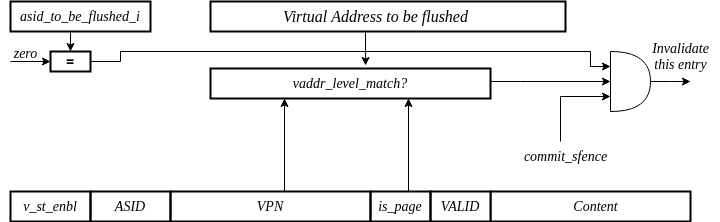
This is docs/03_cva6_design/_static/sfence_vaddr_x0.png from openhwgroup/cva6, a draw.io export, as it was before one commit. Source tidied: cells renumbered, new cells last; positions are measured from the earlier drawing's top-left corner, leaving out a move shared by most shapes. Its diagram source:
```xml
<mxGraphModel>
  <root>
    <mxCell id="0" />
    <mxCell id="1" parent="0" />
    <mxCell id="2" style="rounded=0;whiteSpace=wrap;html=1;strokeWidth=2;fillColor=none;fontStyle=2;fontSize=14;fontFamily=Times New Roman;" parent="1" vertex="1">
      <mxGeometry x="210" width="355" height="30" as="geometry" />
    </mxCell>
    <mxCell id="3" style="edgeStyle=orthogonalEdgeStyle;rounded=0;jettySize=auto;html=1;exitX=0.5;exitY=1;exitDx=0;exitDy=0;entryX=0.554;entryY=-0.1;entryDx=0;entryDy=0;entryPerimeter=0;" parent="1" edge="1" target="25">
      <mxGeometry relative="1" as="geometry">
        <mxPoint x="365" y="30" as="sourcePoint" />
      </mxGeometry>
    </mxCell>
    <mxCell id="4" value="Virtual Address to be flushed" style="text;html=1;align=center;verticalAlign=middle;strokeColor=none;fillColor=none;fontFamily=Times New Roman;fontSize=16;fontStyle=2;" parent="1" vertex="1">
      <mxGeometry x="270" width="210" height="30" as="geometry" />
    </mxCell>
    <mxCell id="5" style="edgeStyle=orthogonalEdgeStyle;rounded=0;jettySize=auto;html=1;exitX=0.5;exitY=1;exitDx=0;exitDy=0;entryX=0.5;entryY=0;entryDx=0;entryDy=0;" parent="1" edge="1" source="6" target="8">
      <mxGeometry relative="1" as="geometry" />
    </mxCell>
    <mxCell id="6" value="asid_to_be_flushed_i" style="rounded=0;whiteSpace=wrap;html=1;strokeWidth=2;fillColor=none;fontStyle=2;fontSize=14;fontFamily=Times New Roman;" parent="1" vertex="1">
      <mxGeometry x="10" width="140" height="30" as="geometry" />
    </mxCell>
    <mxCell id="7" style="edgeStyle=orthogonalEdgeStyle;rounded=0;jettySize=auto;html=1;exitX=1;exitY=0.5;exitDx=0;exitDy=0;entryX=0;entryY=0.25;entryDx=0;entryDy=0;entryPerimeter=0;" parent="1" edge="1" source="8" target="24">
      <mxGeometry relative="1" as="geometry">
        <Array as="points">
          <mxPoint x="120" y="60" />
          <mxPoint x="120" y="50" />
          <mxPoint x="590" y="50" />
          <mxPoint x="590" y="65" />
        </Array>
      </mxGeometry>
    </mxCell>
    <mxCell id="8" value="&lt;span style=&quot;font-size: 14px;&quot;&gt;=&lt;/span&gt;" style="rounded=0;whiteSpace=wrap;html=1;fontStyle=1;fontSize=14;strokeWidth=2;" parent="1" vertex="1">
      <mxGeometry x="50" y="50" width="40" height="20" as="geometry" />
    </mxCell>
    <mxCell id="9" value="zero" style="text;html=1;align=center;verticalAlign=middle;strokeColor=none;fillColor=none;fontFamily=Times New Roman;fontStyle=2;fontSize=14;" parent="1" vertex="1">
      <mxGeometry y="37" width="50" height="30" as="geometry" />
    </mxCell>
    <mxCell id="10" style="endArrow=classic;html=1;rounded=0;entryX=0;entryY=0.5;entryDx=0;entryDy=0;" parent="1" edge="1" target="8">
      <mxGeometry relative="1" as="geometry">
        <mxPoint x="10" y="60" as="sourcePoint" />
      </mxGeometry>
    </mxCell>
    <mxCell id="11" style="edgeStyle=orthogonalEdgeStyle;rounded=0;jettySize=auto;html=1;entryX=0;entryY=0.75;entryDx=0;entryDy=0;entryPerimeter=0;" parent="1" edge="1" target="24">
      <mxGeometry relative="1" as="geometry">
        <mxPoint x="560" y="140" as="sourcePoint" />
        <Array as="points">
          <mxPoint x="560" y="95" />
        </Array>
      </mxGeometry>
    </mxCell>
    <mxCell id="12" value="commit_sfence" style="text;html=1;align=center;verticalAlign=middle;strokeColor=none;fillColor=none;fontFamily=Times New Roman;fontStyle=2;fontSize=14;" parent="1" vertex="1">
      <mxGeometry x="510" y="140" width="110" height="30" as="geometry" />
    </mxCell>
    <mxCell id="13" value="Invalidate&lt;br&gt;this entry" style="text;html=1;align=center;verticalAlign=middle;strokeColor=none;fillColor=none;fontFamily=Times New Roman;fontStyle=2;fontSize=14;" parent="1" vertex="1">
      <mxGeometry x="640" y="30" width="80" height="50" as="geometry" />
    </mxCell>
    <mxCell id="14" value="Content" style="text;html=1;align=center;verticalAlign=middle;strokeColor=none;fillColor=none;strokeWidth=2;fontStyle=2;fontSize=14;fontFamily=Times New Roman;" parent="1" vertex="1">
      <mxGeometry x="560" y="190" width="70" height="30" as="geometry" />
    </mxCell>
    <mxCell id="15" style="rounded=0;whiteSpace=wrap;html=1;strokeWidth=2;fillColor=none;fontSize=14;fontStyle=2;fontFamily=Times New Roman;" parent="1" vertex="1">
      <mxGeometry x="490" y="190" width="200" height="30" as="geometry" />
    </mxCell>
    <mxCell id="16" style="edgeStyle=orthogonalEdgeStyle;rounded=0;orthogonalLoop=1;jettySize=auto;html=1;exitX=0.5;exitY=0;exitDx=0;exitDy=0;entryX=0.75;entryY=1;entryDx=0;entryDy=0;" parent="1" edge="1">
      <mxGeometry relative="1" as="geometry">
        <mxPoint x="308" y="190" as="sourcePoint" />
        <mxPoint x="408" y="97" as="targetPoint" />
        <Array as="points">
          <mxPoint x="408" y="190" />
        </Array>
      </mxGeometry>
    </mxCell>
    <mxCell id="17" value="VALID" style="rounded=0;whiteSpace=wrap;html=1;strokeWidth=2;fillColor=default;fontStyle=2;fontSize=14;fontFamily=Times New Roman;" parent="1" vertex="1">
      <mxGeometry x="430" y="190" width="60" height="30" as="geometry" />
    </mxCell>
    <mxCell id="18" value="is_page" style="rounded=0;whiteSpace=wrap;html=1;strokeWidth=2;fillColor=none;fontStyle=2;fontSize=14;fontFamily=Times New Roman;" parent="1" vertex="1">
      <mxGeometry x="370" y="190" width="60" height="30" as="geometry" />
    </mxCell>
    <mxCell id="19" style="edgeStyle=orthogonalEdgeStyle;rounded=0;orthogonalLoop=1;jettySize=auto;html=1;exitX=0.75;exitY=0;exitDx=0;exitDy=0;" parent="1" edge="1">
      <mxGeometry relative="1" as="geometry">
        <mxPoint x="254" y="190" as="sourcePoint" />
        <mxPoint x="284" y="97" as="targetPoint" />
        <Array as="points">
          <mxPoint x="284" y="190" />
        </Array>
      </mxGeometry>
    </mxCell>
    <mxCell id="20" value="VPN" style="rounded=0;whiteSpace=wrap;html=1;strokeWidth=2;fillColor=none;fontStyle=2;fontSize=14;fontFamily=Times New Roman;" parent="1" vertex="1">
      <mxGeometry x="170" y="190" width="200" height="30" as="geometry" />
    </mxCell>
    <mxCell id="21" value="ASID" style="rounded=0;whiteSpace=wrap;html=1;strokeWidth=2;fillColor=none;fontStyle=2;fontSize=14;fontFamily=Times New Roman;" parent="1" vertex="1">
      <mxGeometry x="90" y="190" width="80" height="30" as="geometry" />
    </mxCell>
    <mxCell id="22" style="edgeStyle=orthogonalEdgeStyle;rounded=0;jettySize=auto;html=1;entryX=0;entryY=0.5;entryDx=0;entryDy=0;entryPerimeter=0;" parent="1" edge="1" source="25" target="24">
      <mxGeometry relative="1" as="geometry">
        <Array as="points">
          <mxPoint x="520" y="80" />
          <mxPoint x="520" y="80" />
        </Array>
      </mxGeometry>
    </mxCell>
    <mxCell id="23" style="edgeStyle=orthogonalEdgeStyle;rounded=0;jettySize=auto;html=1;exitX=1;exitY=0.5;exitDx=0;exitDy=0;exitPerimeter=0;" parent="1" edge="1" source="24">
      <mxGeometry relative="1" as="geometry">
        <mxPoint x="690" y="80" as="targetPoint" />
      </mxGeometry>
    </mxCell>
    <mxCell id="24" style="shape=or;whiteSpace=wrap;html=1;" parent="1" vertex="1">
      <mxGeometry x="610" y="50" width="40" height="60" as="geometry" />
    </mxCell>
    <mxCell id="25" value="vaddr_level_match?" style="rounded=0;whiteSpace=wrap;html=1;strokeWidth=2;fillColor=none;fontStyle=2;fontSize=14;fontFamily=Times New Roman;" parent="1" vertex="1">
      <mxGeometry x="210" y="67" width="280" height="30" as="geometry" />
    </mxCell>
    <mxCell id="26" value="v_st_enbl" style="rounded=0;whiteSpace=wrap;html=1;strokeWidth=2;fillColor=none;fontStyle=2;fontSize=14;fontFamily=Times New Roman;" parent="1" vertex="1">
      <mxGeometry x="10" y="190" width="80" height="30" as="geometry" />
    </mxCell>
  </root>
</mxGraphModel>
```
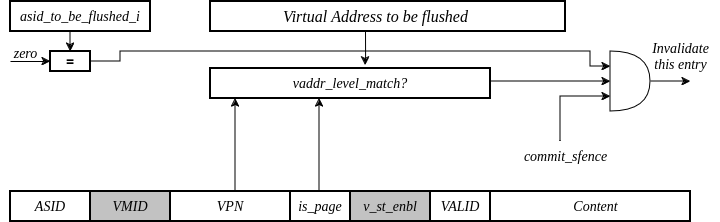
Above is the later version.

The edit, as a diff of the source:
```diff
@@ -62,10 +62,10 @@
     </mxCell>
     <mxCell id="16" style="edgeStyle=orthogonalEdgeStyle;rounded=0;orthogonalLoop=1;jettySize=auto;html=1;exitX=0.5;exitY=0;exitDx=0;exitDy=0;entryX=0.75;entryY=1;entryDx=0;entryDy=0;" parent="1" edge="1">
       <mxGeometry relative="1" as="geometry">
-        <mxPoint x="308" y="190" as="sourcePoint" />
-        <mxPoint x="408" y="97" as="targetPoint" />
+        <mxPoint x="219" y="190" as="sourcePoint" />
+        <mxPoint x="319" y="97" as="targetPoint" />
         <Array as="points">
-          <mxPoint x="408" y="190" />
+          <mxPoint x="319" y="190" />
         </Array>
       </mxGeometry>
     </mxCell>
@@ -73,21 +73,21 @@
       <mxGeometry x="430" y="190" width="60" height="30" as="geometry" />
     </mxCell>
     <mxCell id="18" value="is_page" style="rounded=0;whiteSpace=wrap;html=1;strokeWidth=2;fillColor=none;fontStyle=2;fontSize=14;fontFamily=Times New Roman;" parent="1" vertex="1">
-      <mxGeometry x="370" y="190" width="60" height="30" as="geometry" />
+      <mxGeometry x="290" y="190" width="60" height="30" as="geometry" />
     </mxCell>
     <mxCell id="19" style="edgeStyle=orthogonalEdgeStyle;rounded=0;orthogonalLoop=1;jettySize=auto;html=1;exitX=0.75;exitY=0;exitDx=0;exitDy=0;" parent="1" edge="1">
       <mxGeometry relative="1" as="geometry">
-        <mxPoint x="254" y="190" as="sourcePoint" />
-        <mxPoint x="284" y="97" as="targetPoint" />
+        <mxPoint x="205" y="190" as="sourcePoint" />
+        <mxPoint x="235" y="97" as="targetPoint" />
         <Array as="points">
-          <mxPoint x="284" y="190" />
+          <mxPoint x="235" y="190" />
         </Array>
       </mxGeometry>
     </mxCell>
     <mxCell id="20" value="VPN" style="rounded=0;whiteSpace=wrap;html=1;strokeWidth=2;fillColor=none;fontStyle=2;fontSize=14;fontFamily=Times New Roman;" parent="1" vertex="1">
-      <mxGeometry x="170" y="190" width="200" height="30" as="geometry" />
+      <mxGeometry x="170" y="190" width="120" height="30" as="geometry" />
     </mxCell>
-    <mxCell id="21" value="ASID" style="rounded=0;whiteSpace=wrap;html=1;strokeWidth=2;fillColor=none;fontStyle=2;fontSize=14;fontFamily=Times New Roman;" parent="1" vertex="1">
+    <mxCell id="21" value="VMID" style="rounded=0;whiteSpace=wrap;html=1;strokeWidth=2;fillColor=#c2c2c2;fontStyle=2;fontSize=14;fontFamily=Times New Roman;" parent="1" vertex="1">
       <mxGeometry x="90" y="190" width="80" height="30" as="geometry" />
     </mxCell>
     <mxCell id="22" style="edgeStyle=orthogonalEdgeStyle;rounded=0;jettySize=auto;html=1;entryX=0;entryY=0.5;entryDx=0;entryDy=0;entryPerimeter=0;" parent="1" edge="1" source="25" target="24">
@@ -109,8 +109,11 @@
     <mxCell id="25" value="vaddr_level_match?" style="rounded=0;whiteSpace=wrap;html=1;strokeWidth=2;fillColor=none;fontStyle=2;fontSize=14;fontFamily=Times New Roman;" parent="1" vertex="1">
       <mxGeometry x="210" y="67" width="280" height="30" as="geometry" />
     </mxCell>
-    <mxCell id="26" value="v_st_enbl" style="rounded=0;whiteSpace=wrap;html=1;strokeWidth=2;fillColor=none;fontStyle=2;fontSize=14;fontFamily=Times New Roman;" parent="1" vertex="1">
-      <mxGeometry x="10" y="190" width="80" height="30" as="geometry" />
+    <mxCell id="26" value="v_st_enbl" style="rounded=0;whiteSpace=wrap;html=1;strokeWidth=2;fillColor=#c2c2c2;fontStyle=2;fontSize=14;fontFamily=Times New Roman;" parent="1" vertex="1">
+      <mxGeometry x="350" y="190" width="80" height="30" as="geometry" />
     </mxCell>
+    <mxCell id="27" value="ASID" style="rounded=0;whiteSpace=wrap;html=1;strokeWidth=2;fillColor=none;fontStyle=2;fontSize=14;fontFamily=Times New Roman;" parent="1" vertex="1">
+      <mxGeometry x="10" y="190" width="80" height="30" as="geometry" />
+    </mxCell>
   </root>
 </mxGraphModel>
```
